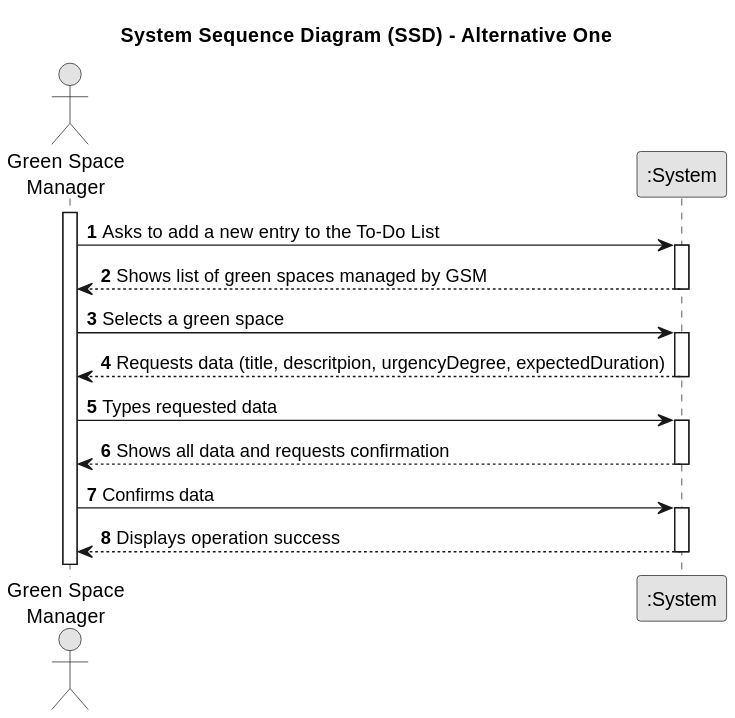
daniel41silva05/ISEP_2023_2024_LAPR2 keeps this PlantUML diagram as docs/sprintA&B&C/us021/01.requirements-engineering/svg/us021-system-sequence-diagram-alternative-two.svg. Above is the earlier version. Its diagram source:
```plantuml
@startuml
skinparam monochrome true
skinparam packageStyle rectangle
skinparam shadowing false

title System Sequence Diagram (SSD) - Alternative One

autonumber

actor "Green Space\nManager" as GSM
participant ":System" as System

activate GSM

    GSM -> System : Asks to add a new entry to the To-Do List
    activate System

        System --> GSM : Shows list of green spaces managed by GSM
    deactivate System

    GSM -> System : Selects a green space
    activate System

        System --> GSM : Requests data (title, descritpion, urgencyDegree, expectedDuration)
    deactivate System

    GSM -> System : Types requested data
    activate System

        System --> GSM : Shows all data and requests confirmation
    deactivate System

    GSM -> System : Confirms data
    activate System

        System --> GSM : Displays operation success
    deactivate System
@enduml
```
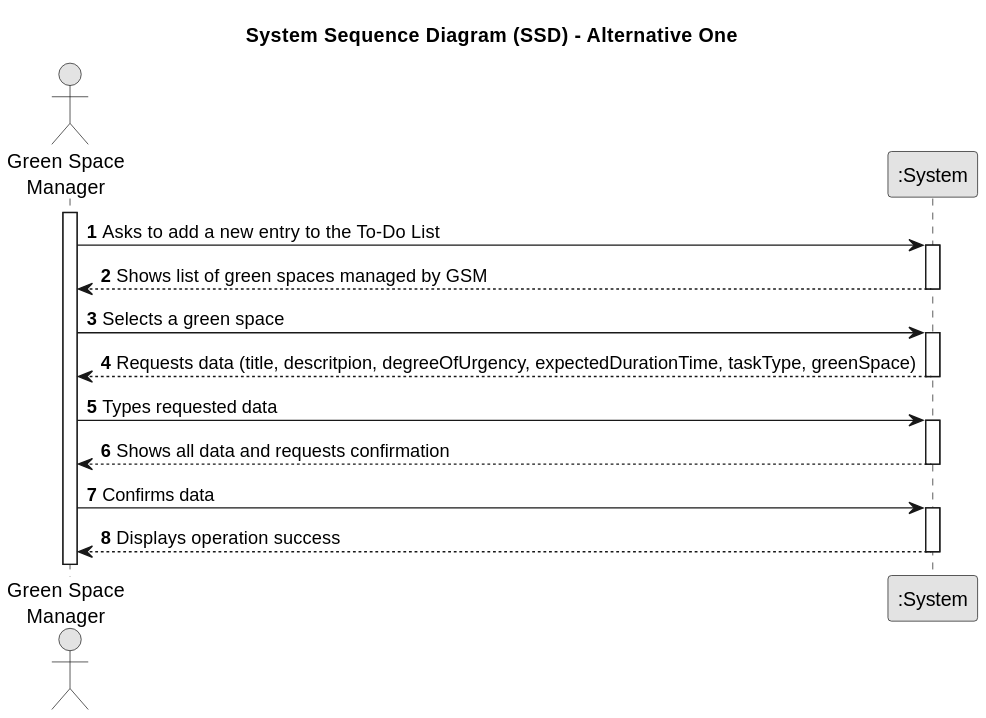
After the commit.

What changed in the source:
```diff
@@ -21,7 +21,7 @@
     GSM -> System : Selects a green space
     activate System
 
-        System --> GSM : Requests data (title, descritpion, urgencyDegree, expectedDuration)
+        System --> GSM : Requests data (title, descritpion, degreeOfUrgency, expectedDurationTime, taskType, greenSpace)
     deactivate System
 
     GSM -> System : Types requested data
```
